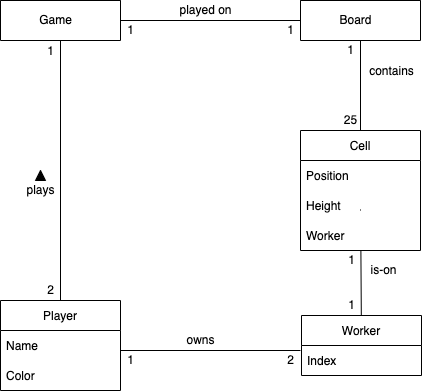
This is domain-model.png from RozayC/test, a draw.io export, as it was before one commit. Source tidied: cells renumbered, new cells last; positions are measured from the earlier drawing's top-left corner, leaving out a move shared by most shapes.
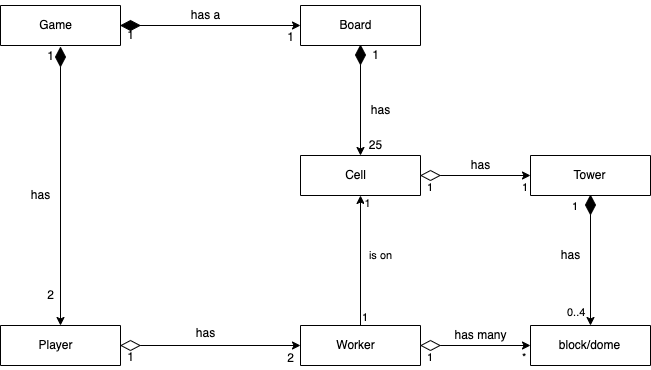
The same file after the commit.

What changed in the source:
```diff
@@ -3,115 +3,176 @@
     <mxCell id="0" />
     <mxCell id="1" parent="0" />
     <mxCell id="2" style="swimlane;startSize=0;" parent="1" vertex="1">
-      <mxGeometry width="120" height="40" as="geometry" />
+      <mxGeometry x="-130" y="5" width="120" height="40" as="geometry" />
     </mxCell>
     <mxCell id="3" value="Game" style="text;html=1;align=center;verticalAlign=middle;strokeColor=none;fillColor=none;" parent="2" vertex="1">
       <mxGeometry x="30" y="10" width="50" height="20" as="geometry" />
     </mxCell>
-    <mxCell id="4" value="Player" style="swimlane;fontStyle=0;horizontal=1;startSize=30;" parent="1" vertex="1">
-      <mxGeometry y="300" width="120" height="90" as="geometry" />
-    </mxCell>
-    <mxCell id="5" value="Name" style="text;strokeColor=none;fillColor=none;align=left;verticalAlign=middle;spacingLeft=4;spacingRight=4;overflow=hidden;" parent="4" vertex="1">
-      <mxGeometry y="30" width="120" height="30" as="geometry" />
-    </mxCell>
-    <mxCell id="6" value="Color" style="text;strokeColor=none;fillColor=none;align=left;verticalAlign=middle;spacingLeft=4;spacingRight=4;overflow=hidden;" parent="4" vertex="1">
-      <mxGeometry y="60" width="120" height="30" as="geometry" />
-    </mxCell>
     <mxCell id="7" style="swimlane;startSize=0;" parent="1" vertex="1">
-      <mxGeometry x="300" width="120" height="40" as="geometry" />
+      <mxGeometry x="170" y="5" width="120" height="40" as="geometry" />
     </mxCell>
     <mxCell id="8" value="Board" style="text;html=1;align=center;verticalAlign=middle;strokeColor=none;fillColor=none;" parent="7" vertex="1">
       <mxGeometry x="30" y="10" width="50" height="20" as="geometry" />
     </mxCell>
-    <mxCell id="9" value="Worker" style="swimlane;fontStyle=0;horizontal=1;startSize=30;" parent="1" vertex="1">
-      <mxGeometry x="301" y="315" width="120" height="60" as="geometry" />
-    </mxCell>
-    <mxCell id="10" value="Index" style="text;strokeColor=none;fillColor=none;align=left;verticalAlign=middle;spacingLeft=4;spacingRight=4;overflow=hidden;" parent="9" vertex="1">
-      <mxGeometry y="30" width="120" height="30" as="geometry" />
-    </mxCell>
-    <mxCell id="11" style="endArrow=none;html=1;rounded=0;exitX=1;exitY=0.5;exitDx=0;exitDy=0;entryX=0;entryY=0.5;entryDx=0;entryDy=0;" parent="1" edge="1" source="2" target="7">
-      <mxGeometry relative="1" as="geometry" />
-    </mxCell>
-    <mxCell id="12" style="endArrow=none;html=1;rounded=0;exitX=0.5;exitY=0;exitDx=0;exitDy=0;entryX=0.5;entryY=1;entryDx=0;entryDy=0;" parent="1" edge="1" source="4" target="2">
-      <mxGeometry relative="1" as="geometry" />
-    </mxCell>
-    <mxCell id="13" style="endArrow=none;html=1;rounded=0;exitX=1;exitY=0.5;exitDx=0;exitDy=0;entryX=0;entryY=0.5;entryDx=0;entryDy=0;" parent="1" edge="1">
-      <mxGeometry relative="1" as="geometry">
-        <mxPoint x="120" y="350" as="sourcePoint" />
-        <mxPoint x="300" y="350" as="targetPoint" />
-      </mxGeometry>
-    </mxCell>
-    <mxCell id="14" style="endArrow=none;html=1;rounded=0;exitX=0.5;exitY=0;exitDx=0;exitDy=0;entryX=0.5;entryY=1;entryDx=0;entryDy=0;" parent="1" edge="1" source="33" target="7">
+    <mxCell id="14" style="endArrow=none;html=1;rounded=0;exitX=0.5;exitY=0;exitDx=0;exitDy=0;entryX=0.5;entryY=1;entryDx=0;entryDy=0;startArrow=none;" parent="1" edge="1" source="43" target="7">
       <mxGeometry relative="1" as="geometry" />
     </mxCell>
     <mxCell id="15" style="endArrow=none;html=1;rounded=0;startArrow=none;" parent="1" edge="1">
       <mxGeometry relative="1" as="geometry">
-        <mxPoint x="360" y="209" as="sourcePoint" />
-        <mxPoint x="360" y="210" as="targetPoint" />
+        <mxPoint x="230" y="214" as="sourcePoint" />
+        <mxPoint x="230" y="215" as="targetPoint" />
       </mxGeometry>
     </mxCell>
-    <mxCell id="16" value="played on" style="text;html=1;align=center;verticalAlign=middle;fillColor=none;strokeColor=none;rounded=0;" parent="1" vertex="1">
-      <mxGeometry x="170" width="70" height="20" as="geometry" />
+    <mxCell id="16" value="has a" style="text;html=1;align=center;verticalAlign=middle;fillColor=none;strokeColor=none;rounded=0;" parent="1" vertex="1">
+      <mxGeometry x="50" width="50" height="30" as="geometry" />
     </mxCell>
-    <mxCell id="17" value="contains" style="text;html=1;align=center;verticalAlign=middle;fillColor=none;strokeColor=none;rounded=0;" parent="1" vertex="1">
-      <mxGeometry x="361" y="61" width="60" height="20" as="geometry" />
+    <mxCell id="17" value="has" style="text;html=1;align=center;verticalAlign=middle;fillColor=none;strokeColor=none;rounded=0;" parent="1" vertex="1">
+      <mxGeometry x="230" y="95" width="40" height="30" as="geometry" />
     </mxCell>
-    <mxCell id="18" style="endArrow=none;html=1;rounded=0;" parent="1" edge="1" source="9" target="33">
-      <mxGeometry relative="1" as="geometry" />
-    </mxCell>
-    <mxCell id="19" value="is-on" style="text;html=1;align=center;verticalAlign=middle;fillColor=none;strokeColor=none;rounded=0;" parent="1" vertex="1">
-      <mxGeometry x="363" y="260" width="40" height="20" as="geometry" />
-    </mxCell>
-    <mxCell id="20" value="owns" style="text;html=1;align=center;verticalAlign=middle;fillColor=none;strokeColor=none;rounded=0;" parent="1" vertex="1">
-      <mxGeometry x="180" y="330" width="40" height="20" as="geometry" />
+    <mxCell id="20" value="has" style="text;html=1;align=center;verticalAlign=middle;fillColor=none;strokeColor=none;rounded=0;" parent="1" vertex="1">
+      <mxGeometry x="55" y="318" width="40" height="30" as="geometry" />
     </mxCell>
-    <mxCell id="21" value="plays" style="text;html=1;align=center;verticalAlign=middle;fillColor=none;strokeColor=none;rounded=0;" parent="1" vertex="1">
-      <mxGeometry x="20" y="180" width="40" height="20" as="geometry" />
+    <mxCell id="21" value="has" style="text;html=1;align=center;verticalAlign=middle;fillColor=none;strokeColor=none;rounded=0;" parent="1" vertex="1">
+      <mxGeometry x="-110" y="180" width="40" height="30" as="geometry" />
     </mxCell>
-    <mxCell id="22" style="triangle;whiteSpace=wrap;html=1;rounded=0;strokeColor=default;fillColor=#000000;rotation=-90;" parent="1" vertex="1">
-      <mxGeometry x="35" y="170" width="10" height="10" as="geometry" />
-    </mxCell>
     <mxCell id="23" value="1" style="text;html=1;align=center;verticalAlign=middle;fillColor=none;strokeColor=none;rounded=0;" parent="1" vertex="1">
-      <mxGeometry x="40" y="41" width="20" height="20" as="geometry" />
+      <mxGeometry x="-90" y="46" width="20" height="20" as="geometry" />
     </mxCell>
     <mxCell id="24" value="2" style="text;html=1;align=center;verticalAlign=middle;fillColor=none;strokeColor=none;rounded=0;" parent="1" vertex="1">
-      <mxGeometry x="40" y="280" width="20" height="20" as="geometry" />
+      <mxGeometry x="-90" y="285" width="20" height="20" as="geometry" />
     </mxCell>
     <mxCell id="25" value="1" style="text;html=1;align=center;verticalAlign=middle;fillColor=none;strokeColor=none;rounded=0;" parent="1" vertex="1">
-      <mxGeometry x="120" y="350" width="20" height="20" as="geometry" />
+      <mxGeometry x="-10" y="346.5" width="20" height="20" as="geometry" />
     </mxCell>
     <mxCell id="26" value="2" style="text;html=1;align=center;verticalAlign=middle;fillColor=none;strokeColor=none;rounded=0;" parent="1" vertex="1">
-      <mxGeometry x="280" y="350" width="20" height="20" as="geometry" />
+      <mxGeometry x="150" y="348" width="20" height="20" as="geometry" />
     </mxCell>
-    <mxCell id="27" value="1" style="text;html=1;align=center;verticalAlign=middle;fillColor=none;strokeColor=none;rounded=0;" parent="1" vertex="1">
-      <mxGeometry x="341" y="295" width="20" height="20" as="geometry" />
-    </mxCell>
-    <mxCell id="28" value="1" style="text;html=1;align=center;verticalAlign=middle;fillColor=none;strokeColor=none;rounded=0;" parent="1" vertex="1">
-      <mxGeometry x="341" y="250" width="20" height="20" as="geometry" />
-    </mxCell>
     <mxCell id="29" value="1" style="text;html=1;align=center;verticalAlign=middle;fillColor=none;strokeColor=none;rounded=0;" parent="1" vertex="1">
-      <mxGeometry x="340" y="40" width="20" height="20" as="geometry" />
+      <mxGeometry x="235" y="44.5" width="20" height="20" as="geometry" />
     </mxCell>
     <mxCell id="30" value="25" style="text;html=1;align=center;verticalAlign=middle;fillColor=none;strokeColor=none;rounded=0;" parent="1" vertex="1">
-      <mxGeometry x="335" y="110" width="30" height="20" as="geometry" />
+      <mxGeometry x="230" y="135" width="30" height="20" as="geometry" />
     </mxCell>
     <mxCell id="31" value="1" style="text;html=1;align=center;verticalAlign=middle;fillColor=none;strokeColor=none;rounded=0;" parent="1" vertex="1">
-      <mxGeometry x="120" y="20" width="20" height="20" as="geometry" />
+      <mxGeometry x="-10" y="25" width="20" height="20" as="geometry" />
     </mxCell>
     <mxCell id="32" value="1" style="text;html=1;align=center;verticalAlign=middle;fillColor=none;strokeColor=none;rounded=0;" parent="1" vertex="1">
-      <mxGeometry x="280" y="20" width="20" height="20" as="geometry" />
+      <mxGeometry x="150" y="27" width="20" height="20" as="geometry" />
     </mxCell>
+    <mxCell id="37" style="swimlane;startSize=0;" parent="1" vertex="1">
+      <mxGeometry x="170" y="155" width="120" height="40" as="geometry" />
+    </mxCell>
-    <mxCell id="33" value="Cell" style="swimlane;fontStyle=0;horizontal=1;startSize=30;" parent="1" vertex="1">
-      <mxGeometry x="300" y="130" width="120" height="120" as="geometry" />
+    <mxCell id="33" value="Cell" style="text;html=1;align=center;verticalAlign=middle;points=[];strokeColor=none;fillColor=none;" parent="37" vertex="1">
+      <mxGeometry x="35" y="5" width="40" height="30" as="geometry" />
     </mxCell>
-    <mxCell id="34" value="Position" style="text;strokeColor=none;fillColor=none;align=left;verticalAlign=middle;spacingLeft=4;spacingRight=4;overflow=hidden;" parent="33" vertex="1">
-      <mxGeometry y="30" width="120" height="30" as="geometry" />
-    </mxCell>
-    <mxCell id="35" value="Height" style="text;strokeColor=none;fillColor=none;align=left;verticalAlign=middle;spacingLeft=4;spacingRight=4;overflow=hidden;" parent="33" vertex="1">
-      <mxGeometry y="60" width="120" height="30" as="geometry" />
-    </mxCell>
-    <mxCell id="36" value="Worker" style="text;strokeColor=none;fillColor=none;align=left;verticalAlign=middle;spacingLeft=4;spacingRight=4;overflow=hidden;" parent="33" vertex="1">
-      <mxGeometry y="90" width="120" height="30" as="geometry" />
-    </mxCell>
+    <mxCell id="38" style="endArrow=classic;html=1;rounded=0;exitX=0.5;exitY=0;exitDx=0;exitDy=0;entryX=0.5;entryY=1;entryDx=0;entryDy=0;" parent="1" edge="1" source="44" target="37">
+      <mxGeometry relative="1" as="geometry" />
+    </mxCell>
+    <mxCell id="39" value="is on" style="edgeLabel;html=1;align=center;verticalAlign=middle;" parent="38" vertex="1">
+      <mxGeometry relative="1" as="geometry">
+        <mxPoint x="20" y="-5" as="offset" />
+      </mxGeometry>
+    </mxCell>
+    <mxCell id="40" value="1" style="edgeLabel;html=1;align=left;verticalAlign=bottom;" parent="38" vertex="1">
+      <mxGeometry x="-1" relative="1" as="geometry" />
+    </mxCell>
+    <mxCell id="41" value="1" style="edgeLabel;html=1;align=center;verticalAlign=middle;" parent="38" vertex="1">
+      <mxGeometry x="0.88" y="4" relative="1" as="geometry">
+        <mxPoint x="11" as="offset" />
+      </mxGeometry>
+    </mxCell>
+    <mxCell id="42" style="edgeStyle=orthogonalEdgeStyle;rounded=0;jettySize=auto;html=1;entryX=0.5;entryY=0;entryDx=0;entryDy=0;" parent="1" edge="1" source="43" target="37">
+      <mxGeometry relative="1" as="geometry" />
+    </mxCell>
+    <mxCell id="43" style="rhombus;whiteSpace=wrap;html=1;fillColor=#000000;" parent="1" vertex="1">
+      <mxGeometry x="225" y="45" width="10" height="19" as="geometry" />
+    </mxCell>
+    <mxCell id="44" style="swimlane;startSize=0;" parent="1" vertex="1">
+      <mxGeometry x="170" y="325" width="120" height="40" as="geometry" />
+    </mxCell>
+    <mxCell id="45" value="Worker" style="text;html=1;align=center;verticalAlign=middle;strokeColor=none;fillColor=none;" parent="44" vertex="1">
+      <mxGeometry x="25" y="5" width="60" height="30" as="geometry" />
+    </mxCell>
+    <mxCell id="46" style="edgeStyle=orthogonalEdgeStyle;rounded=0;jettySize=auto;html=1;entryX=0;entryY=0.5;entryDx=0;entryDy=0;" parent="1" edge="1" source="47" target="44">
+      <mxGeometry relative="1" as="geometry" />
+    </mxCell>
+    <mxCell id="47" style="rhombus;whiteSpace=wrap;html=1;fillColor=#ffffff;rotation=90;" parent="1" vertex="1">
+      <mxGeometry x="-5" y="335.5" width="10" height="19" as="geometry" />
+    </mxCell>
+    <mxCell id="48" style="swimlane;startSize=0;" parent="1" vertex="1">
+      <mxGeometry x="-130" y="325" width="120" height="40" as="geometry" />
+    </mxCell>
+    <mxCell id="4" value="Player" style="text;html=1;align=center;verticalAlign=middle;points=[];strokeColor=none;fillColor=none;" parent="48" vertex="1">
+      <mxGeometry x="25" y="5" width="60" height="30" as="geometry" />
+    </mxCell>
+    <mxCell id="49" style="edgeStyle=orthogonalEdgeStyle;rounded=0;jettySize=auto;html=1;entryX=0.5;entryY=0;entryDx=0;entryDy=0;" parent="1" edge="1" source="50" target="48">
+      <mxGeometry relative="1" as="geometry" />
+    </mxCell>
+    <mxCell id="50" style="rhombus;whiteSpace=wrap;html=1;fillColor=#000000;" parent="1" vertex="1">
+      <mxGeometry x="-75" y="47" width="10" height="19" as="geometry" />
+    </mxCell>
+    <mxCell id="51" style="edgeStyle=orthogonalEdgeStyle;rounded=0;jettySize=auto;html=1;entryX=0;entryY=0.5;entryDx=0;entryDy=0;" parent="1" edge="1" source="52" target="7">
+      <mxGeometry relative="1" as="geometry" />
+    </mxCell>
+    <mxCell id="52" style="rhombus;whiteSpace=wrap;html=1;fillColor=#000000;rotation=90;" parent="1" vertex="1">
+      <mxGeometry x="-5" y="15.5" width="10" height="19" as="geometry" />
+    </mxCell>
+    <mxCell id="53" style="edgeStyle=orthogonalEdgeStyle;rounded=0;jettySize=auto;html=1;entryX=0;entryY=0.5;entryDx=0;entryDy=0;" parent="1" edge="1" source="54" target="55">
+      <mxGeometry relative="1" as="geometry" />
+    </mxCell>
+    <mxCell id="54" style="rhombus;whiteSpace=wrap;html=1;fillColor=#ffffff;rotation=90;" parent="1" vertex="1">
+      <mxGeometry x="295" y="165.5" width="10" height="19" as="geometry" />
+    </mxCell>
+    <mxCell id="55" style="swimlane;startSize=0;" parent="1" vertex="1">
+      <mxGeometry x="400" y="155" width="120" height="40" as="geometry" />
+    </mxCell>
+    <mxCell id="56" value="Tower" style="text;html=1;align=center;verticalAlign=middle;strokeColor=none;fillColor=none;" parent="55" vertex="1">
+      <mxGeometry x="29" y="5" width="60" height="30" as="geometry" />
+    </mxCell>
+    <mxCell id="57" value="has" style="text;html=1;align=center;verticalAlign=middle;fillColor=none;strokeColor=none;rounded=0;" parent="1" vertex="1">
+      <mxGeometry x="330" y="150" width="40" height="30" as="geometry" />
+    </mxCell>
+    <mxCell id="58" value="1" style="edgeLabel;html=1;align=left;verticalAlign=bottom;" parent="1" vertex="1">
+      <mxGeometry x="295" y="195" as="geometry" />
+    </mxCell>
+    <mxCell id="59" value="1" style="edgeLabel;html=1;align=left;verticalAlign=bottom;" parent="1" vertex="1">
+      <mxGeometry x="390" y="195" as="geometry" />
+    </mxCell>
+    <mxCell id="60" style="edgeStyle=orthogonalEdgeStyle;rounded=0;jettySize=auto;html=1;entryX=0;entryY=0.5;entryDx=0;entryDy=0;" parent="1" edge="1" source="61" target="62">
+      <mxGeometry relative="1" as="geometry" />
+    </mxCell>
+    <mxCell id="61" style="rhombus;whiteSpace=wrap;html=1;fillColor=#ffffff;rotation=90;" parent="1" vertex="1">
+      <mxGeometry x="295" y="335.5" width="10" height="19" as="geometry" />
+    </mxCell>
+    <mxCell id="62" style="swimlane;startSize=0;" parent="1" vertex="1">
+      <mxGeometry x="400" y="325" width="120" height="40" as="geometry" />
+    </mxCell>
+    <mxCell id="63" value="block/dome" style="text;html=1;align=center;verticalAlign=middle;strokeColor=none;fillColor=none;" parent="62" vertex="1">
+      <mxGeometry x="19" y="5" width="80" height="30" as="geometry" />
+    </mxCell>
+    <mxCell id="64" value="has many" style="text;html=1;align=center;verticalAlign=middle;fillColor=none;strokeColor=none;rounded=0;" parent="1" vertex="1">
+      <mxGeometry x="310" y="320" width="80" height="30" as="geometry" />
+    </mxCell>
+    <mxCell id="65" value="1" style="edgeLabel;html=1;align=left;verticalAlign=bottom;" parent="1" vertex="1">
+      <mxGeometry x="295" y="365" as="geometry" />
+    </mxCell>
+    <mxCell id="66" value="*" style="edgeLabel;html=1;align=left;verticalAlign=bottom;" parent="1" vertex="1">
+      <mxGeometry x="390" y="365" as="geometry" />
+    </mxCell>
+    <mxCell id="67" style="edgeStyle=orthogonalEdgeStyle;rounded=0;jettySize=auto;html=1;entryX=0.5;entryY=0;entryDx=0;entryDy=0;" parent="1" edge="1" source="68" target="62">
+      <mxGeometry relative="1" as="geometry" />
+    </mxCell>
+    <mxCell id="68" style="rhombus;whiteSpace=wrap;html=1;fillColor=#000000;" parent="1" vertex="1">
+      <mxGeometry x="455" y="195" width="10" height="19" as="geometry" />
+    </mxCell>
+    <mxCell id="69" value="1" style="edgeLabel;html=1;align=left;verticalAlign=bottom;" parent="1" vertex="1">
+      <mxGeometry x="440" y="214" as="geometry" />
+    </mxCell>
+    <mxCell id="70" value="0..4" style="edgeLabel;html=1;align=left;verticalAlign=bottom;" parent="1" vertex="1">
+      <mxGeometry x="435" y="320" as="geometry" />
+    </mxCell>
+    <mxCell id="71" value="has" style="text;html=1;align=center;verticalAlign=middle;fillColor=none;strokeColor=none;rounded=0;" parent="1" vertex="1">
+      <mxGeometry x="420" y="240" width="40" height="30" as="geometry" />
+    </mxCell>
   </root>
 </mxGraphModel>
```
